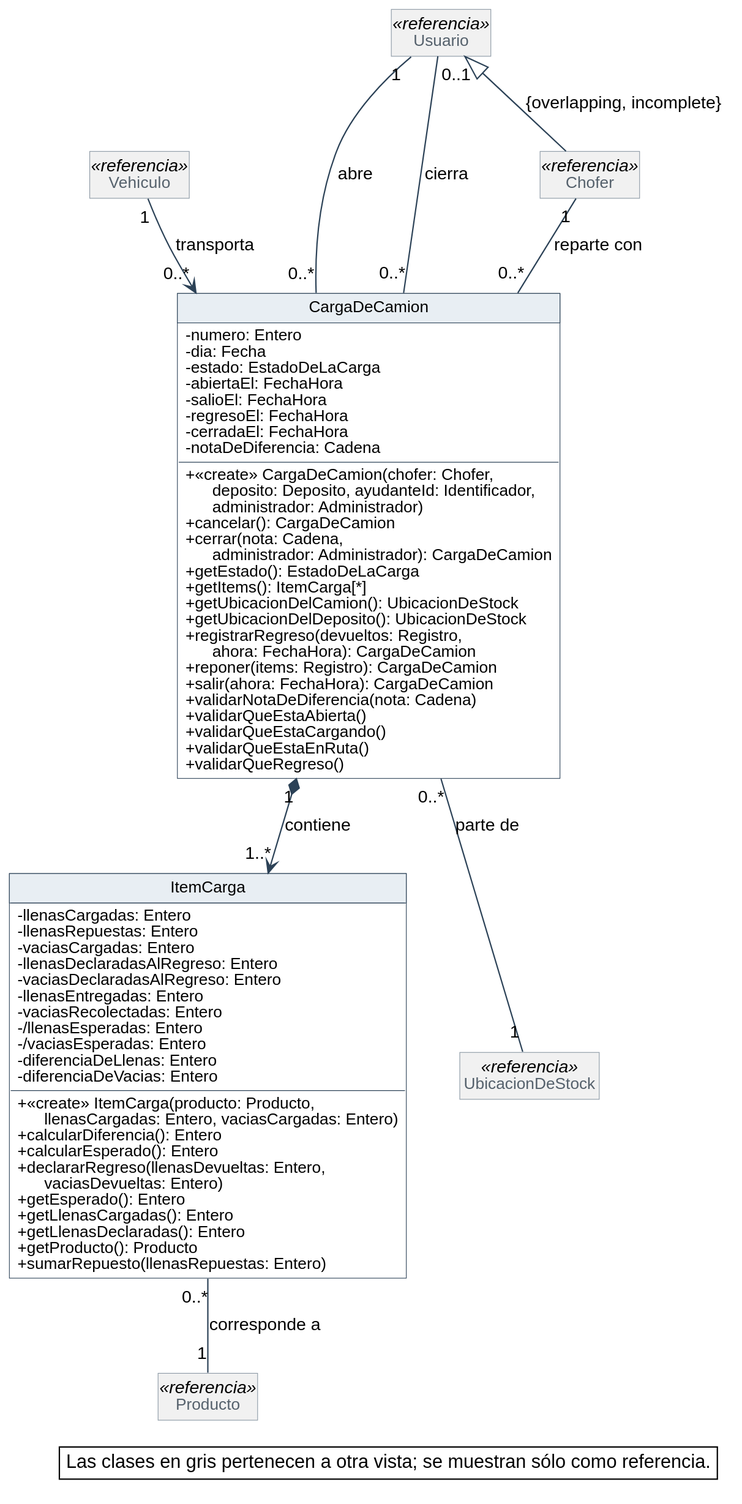
Nahuelito-Dev/splg-docs keeps this PlantUML diagram as diagramas/clases-diseno/DC_Carga-del-camion.svg. Above is the earlier version.
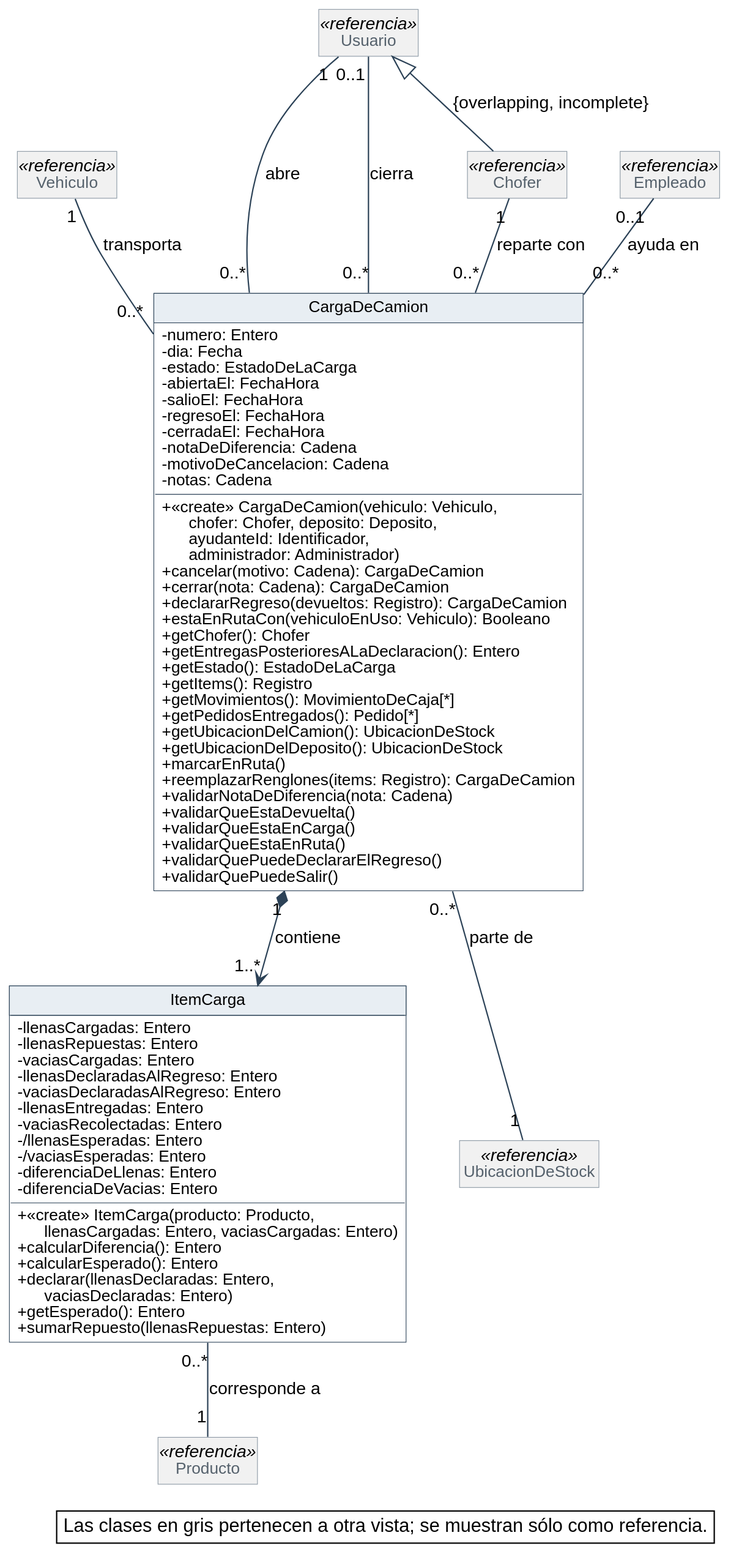
After the commit.

The edit, as a diff of the source:
```diff
@@ -66,21 +66,29 @@
   - regresoEl: FechaHora
   - cerradaEl: FechaHora
   - notaDeDiferencia: Cadena
-  + «create» CargaDeCamion(chofer: Chofer,\n      deposito: Deposito, ayudanteId: Identificador,\n      administrador: Administrador)
-  + cancelar(): CargaDeCamion
-  + cerrar(nota: Cadena,\n      administrador: Administrador): CargaDeCamion
+  - motivoDeCancelacion: Cadena
+  - notas: Cadena
+  + «create» CargaDeCamion(vehiculo: Vehiculo,\n      chofer: Chofer, deposito: Deposito,\n      ayudanteId: Identificador,\n      administrador: Administrador)
+  + cancelar(motivo: Cadena): CargaDeCamion
+  + cerrar(nota: Cadena): CargaDeCamion
+  + declararRegreso(devueltos: Registro): CargaDeCamion
+  + estaEnRutaCon(vehiculoEnUso: Vehiculo): Booleano
+  + getChofer(): Chofer
+  + getEntregasPosterioresALaDeclaracion(): Entero
   + getEstado(): EstadoDeLaCarga
-  + getItems(): ItemCarga[*]
+  + getItems(): Registro
+  + getMovimientos(): MovimientoDeCaja[*]
+  + getPedidosEntregados(): Pedido[*]
   + getUbicacionDelCamion(): UbicacionDeStock
   + getUbicacionDelDeposito(): UbicacionDeStock
-  + registrarRegreso(devueltos: Registro,\n      ahora: FechaHora): CargaDeCamion
-  + reponer(items: Registro): CargaDeCamion
-  + salir(ahora: FechaHora): CargaDeCamion
+  + marcarEnRuta()
+  + reemplazarRenglones(items: Registro): CargaDeCamion
   + validarNotaDeDiferencia(nota: Cadena)
-  + validarQueEstaAbierta()
-  + validarQueEstaCargando()
+  + validarQueEstaDevuelta()
+  + validarQueEstaEnCarga()
   + validarQueEstaEnRuta()
-  + validarQueRegreso()
+  + validarQuePuedeDeclararElRegreso()
+  + validarQuePuedeSalir()
 }
 class ItemCarga {
   - llenasCargadas: Entero
@@ -97,11 +105,8 @@
   + «create» ItemCarga(producto: Producto,\n      llenasCargadas: Entero, vaciasCargadas: Entero)
   + calcularDiferencia(): Entero
   + calcularEsperado(): Entero
-  + declararRegreso(llenasDevueltas: Entero,\n      vaciasDevueltas: Entero)
+  + declarar(llenasDeclaradas: Entero,\n      vaciasDeclaradas: Entero)
   + getEsperado(): Entero
-  + getLlenasCargadas(): Entero
-  + getLlenasDeclaradas(): Entero
-  + getProducto(): Producto
   + sumarRepuesto(llenasRepuestas: Entero)
 }
 class Vehiculo <<referencia>>
@@ -109,15 +114,17 @@
 class UbicacionDeStock <<referencia>>
 class Producto <<referencia>>
 class Usuario <<referencia>>
+class Empleado <<referencia>>
 
 Usuario <|-- Chofer : {overlapping, incomplete}
-Vehiculo "1" --> "0..*" CargaDeCamion : transporta
+Vehiculo "1" -- "0..*" CargaDeCamion : transporta
 Chofer "1" -- "0..*" CargaDeCamion : reparte con
 CargaDeCamion "0..*" -- "1" UbicacionDeStock : parte de
 CargaDeCamion "1" *--> "1..*" ItemCarga : contiene
 ItemCarga "0..*" -- "1" Producto : corresponde a
 Usuario "1" -- "0..*" CargaDeCamion : abre
 Usuario "0..1" -- "0..*" CargaDeCamion : cierra
+Empleado "0..1" -- "0..*" CargaDeCamion : ayuda en
 
 legend bottom right
   Las clases en gris pertenecen a otra vista; se muestran sólo como referencia.
```
